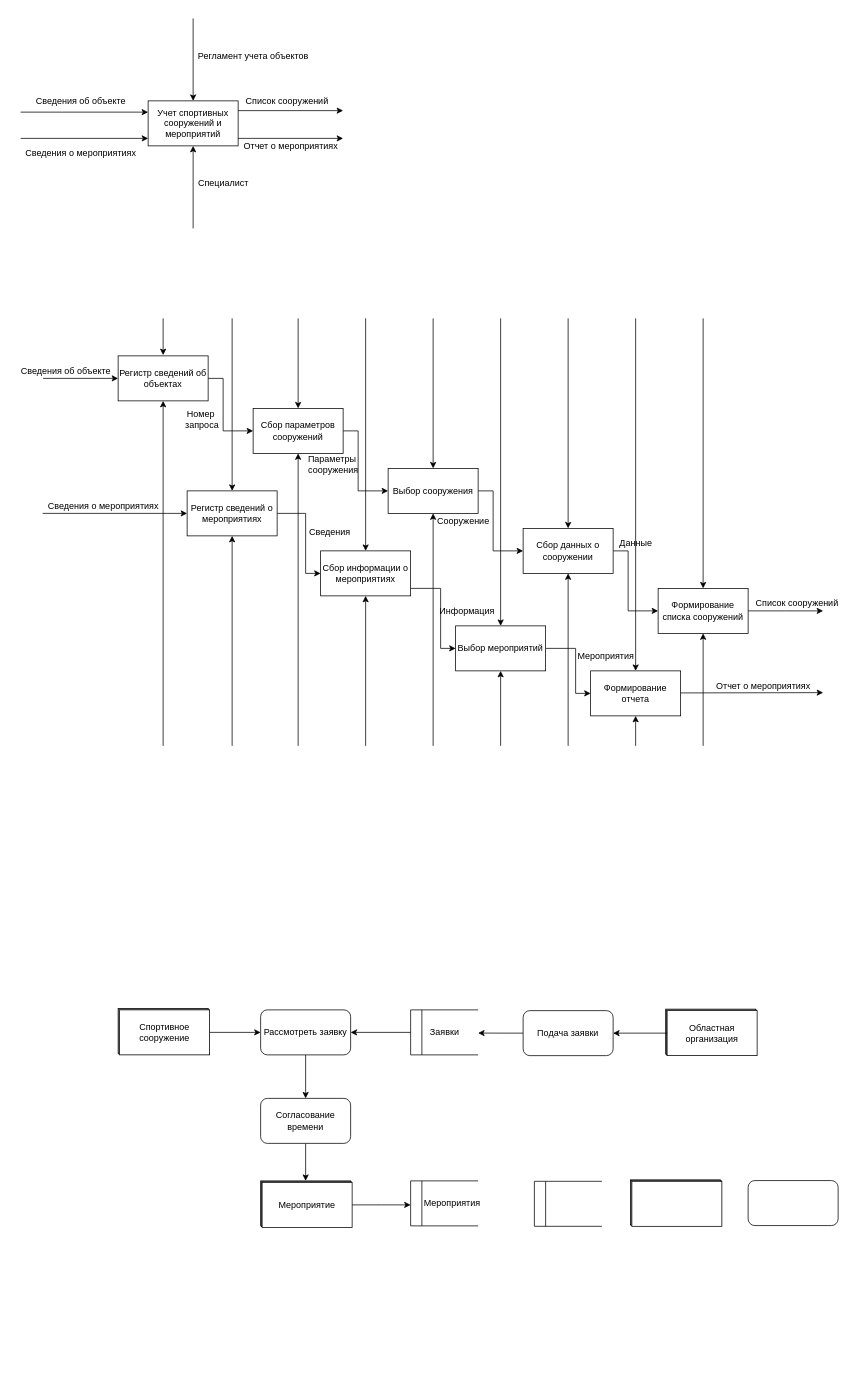
Before: Untitled Diagram.drawio in RGNGIT/DBStructCourse, a draw.io diagram. Source tidied: cells renumbered, new cells numbered last; positions are measured from the earlier drawing's top-left corner, leaving out a move shared by most shapes. Both pictures are drawn from the tidied source at 75%, with x=0, y=0 at pixel (13, 18).
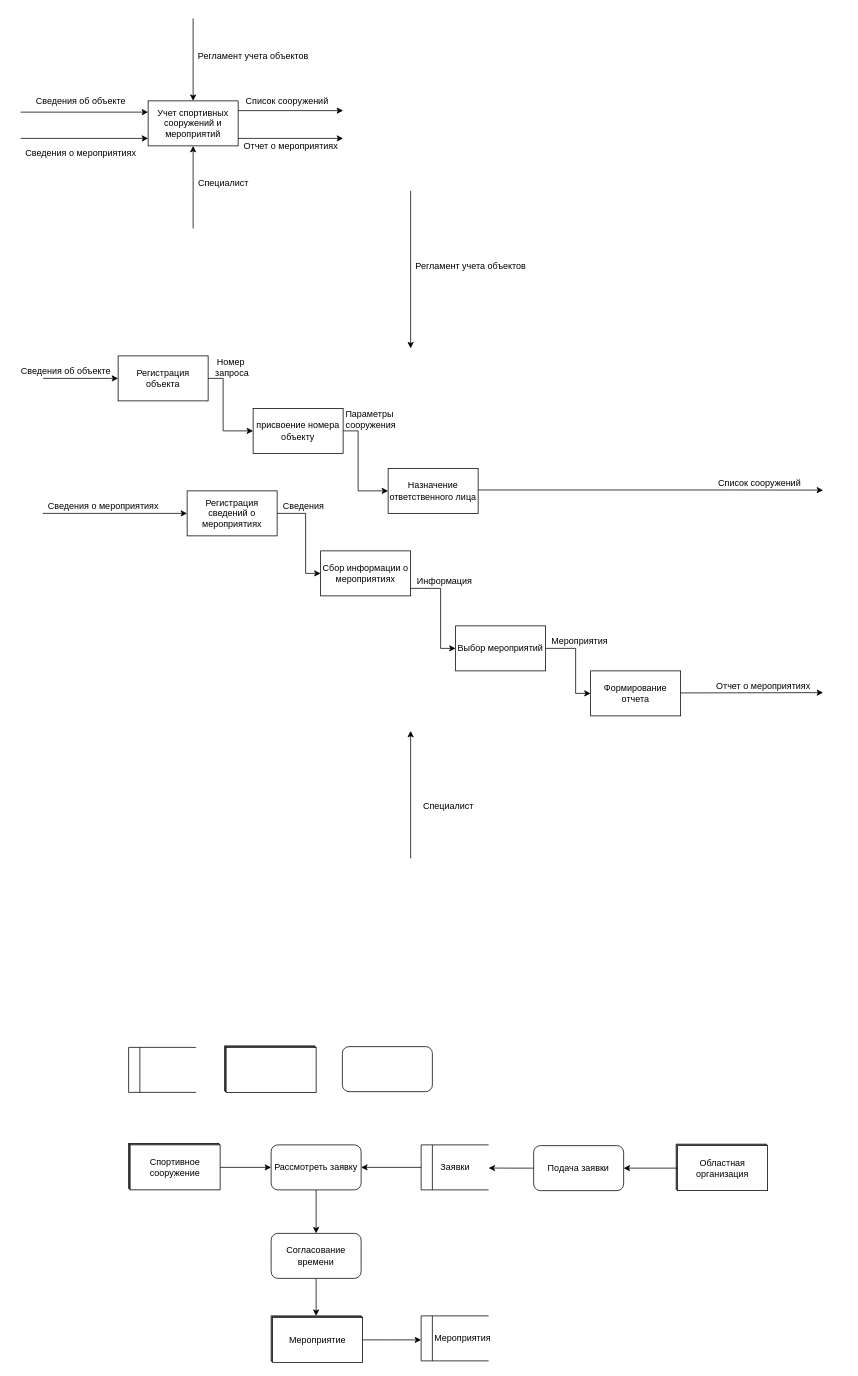
The same diagram, later.

Unchanged cells that the change refers to:
```xml
<mxCell id="56" value="Мероприятие" style="rounded=0;whiteSpace=wrap;html=1;" parent="53" vertex="1">
  <mxGeometry x="2" y="2" width="120" height="60" as="geometry" />
</mxCell>
<mxCell id="91" value="Сбор информации о мероприятиях" style="rounded=0;whiteSpace=wrap;html=1;" parent="1" vertex="1">
  <mxGeometry x="410" y="710" width="120" height="60" as="geometry" />
</mxCell>
<mxCell id="95" value="Выбор мероприятий" style="rounded=0;whiteSpace=wrap;html=1;" parent="1" vertex="1">
  <mxGeometry x="590" y="810" width="120" height="60" as="geometry" />
</mxCell>
<mxCell id="97" value="Формирование отчета" style="rounded=0;whiteSpace=wrap;html=1;" parent="1" vertex="1">
  <mxGeometry x="770" y="870" width="120" height="60" as="geometry" />
</mxCell>
```

Diff of the diagram source:
```diff
@@
-    <mxCell id="14" value="Регистр сведений об объектах" style="rounded=0;whiteSpace=wrap;html=1;" parent="1" vertex="1">
+    <mxCell id="14" value="Регистрация объекта" style="rounded=0;whiteSpace=wrap;html=1;" parent="1" vertex="1">
       <mxGeometry x="140" y="450" width="120" height="60" as="geometry" />
     </mxCell>
@@
-    <mxCell id="16" value="Сбор параметров сооружений" style="rounded=0;whiteSpace=wrap;html=1;" parent="1" vertex="1">
+    <mxCell id="16" value="присвоение номера объекту" style="rounded=0;whiteSpace=wrap;html=1;" parent="1" vertex="1">
       <mxGeometry x="320" y="520" width="120" height="60" as="geometry" />
     </mxCell>
     <mxCell id="17" value="Номер&lt;br&gt;&amp;nbsp;запроса" style="text;html=1;align=center;verticalAlign=middle;strokeColor=none;" parent="1" vertex="1">
-      <mxGeometry x="220" y="520" width="60" height="30" as="geometry" />
+      <mxGeometry x="260" y="450" width="60" height="30" as="geometry" />
     </mxCell>
-    <mxCell id="18" style="edgeStyle=orthogonalEdgeStyle;rounded=0;jettySize=auto;html=1;entryX=0;entryY=0.5;entryDx=0;entryDy=0;" parent="1" edge="1" source="19" target="22">
-      <mxGeometry relative="1" as="geometry">
-        <Array as="points">
-          <mxPoint x="640" y="630" />
-          <mxPoint x="640" y="710" />
-        </Array>
-      </mxGeometry>
-    </mxCell>
-    <mxCell id="19" value="Выбор сооружения" style="rounded=0;whiteSpace=wrap;html=1;" parent="1" vertex="1">
+    <mxCell id="19" value="Назначение ответственного лица" style="rounded=0;whiteSpace=wrap;html=1;" parent="1" vertex="1">
       <mxGeometry x="500" y="600" width="120" height="60" as="geometry" />
     </mxCell>
-    <mxCell id="20" value="Сооружение" style="text;html=1;align=center;verticalAlign=middle;strokeColor=none;" parent="1" vertex="1">
-      <mxGeometry x="560" y="660" width="80" height="20" as="geometry" />
-    </mxCell>
-    <mxCell id="21" style="edgeStyle=orthogonalEdgeStyle;rounded=0;jettySize=auto;html=1;entryX=0;entryY=0.5;entryDx=0;entryDy=0;" parent="1" edge="1" source="22" target="26">
-      <mxGeometry relative="1" as="geometry">
-        <Array as="points">
-          <mxPoint x="820" y="710" />
-          <mxPoint x="820" y="790" />
-        </Array>
-      </mxGeometry>
-    </mxCell>
-    <mxCell id="22" value="Сбор данных о сооружении" style="rounded=0;whiteSpace=wrap;html=1;" parent="1" vertex="1">
-      <mxGeometry x="680" y="680" width="120" height="60" as="geometry" />
-    </mxCell>
     <mxCell id="23" value="Параметры&lt;br&gt;&amp;nbsp;сооружения" style="text;html=1;align=center;verticalAlign=middle;strokeColor=none;" parent="1" vertex="1">
-      <mxGeometry x="380" y="580" width="90" height="30" as="geometry" />
+      <mxGeometry x="430" y="520" width="90" height="30" as="geometry" />
     </mxCell>
-    <mxCell id="24" value="Данные" style="text;html=1;align=center;verticalAlign=middle;strokeColor=none;" parent="1" vertex="1">
-      <mxGeometry x="800" y="690" width="60" height="20" as="geometry" />
-    </mxCell>
-    <mxCell id="25" style="edgeStyle=orthogonalEdgeStyle;rounded=0;jettySize=auto;html=1;exitX=1;exitY=0.5;exitDx=0;exitDy=0;" parent="1" edge="1" source="26">
+    <mxCell id="25" style="edgeStyle=orthogonalEdgeStyle;rounded=0;orthogonalLoop=1;jettySize=auto;html=1;exitX=1;exitY=0.5;exitDx=0;exitDy=0;" parent="1" edge="1">
       <mxGeometry relative="1" as="geometry">
-        <mxPoint x="1080" y="790" as="targetPoint" />
+        <mxPoint x="620" y="628.8" as="sourcePoint" />
+        <mxPoint x="1080" y="629" as="targetPoint" />
+        <Array as="points">
+          <mxPoint x="960" y="629" />
+          <mxPoint x="960" y="629" />
+        </Array>
       </mxGeometry>
     </mxCell>
-    <mxCell id="26" value="Формирование списка сооружений" style="rounded=0;whiteSpace=wrap;html=1;" parent="1" vertex="1">
-      <mxGeometry x="860" y="760" width="120" height="60" as="geometry" />
-    </mxCell>
     <mxCell id="27" value="Список сооружений" style="text;html=1;align=center;verticalAlign=middle;strokeColor=none;" parent="1" vertex="1">
-      <mxGeometry x="980" y="770" width="130" height="20" as="geometry" />
+      <mxGeometry x="930" y="610" width="130" height="20" as="geometry" />
     </mxCell>
-    <mxCell id="28" style="endArrow=classic;html=1;entryX=0.5;entryY=1;entryDx=0;entryDy=0;" parent="1" edge="1" target="14">
-      <mxGeometry relative="1" as="geometry">
-        <mxPoint x="200" y="970" as="sourcePoint" />
-      </mxGeometry>
-    </mxCell>
-    <mxCell id="29" style="endArrow=classic;html=1;entryX=0.5;entryY=1;entryDx=0;entryDy=0;" parent="1" edge="1" target="16">
-      <mxGeometry relative="1" as="geometry">
-        <mxPoint x="380" y="970" as="sourcePoint" />
-      </mxGeometry>
-    </mxCell>
-    <mxCell id="30" style="endArrow=classic;html=1;entryX=0.5;entryY=1;entryDx=0;entryDy=0;" parent="1" edge="1" target="19">
-      <mxGeometry relative="1" as="geometry">
-        <mxPoint x="560" y="970" as="sourcePoint" />
-      </mxGeometry>
-    </mxCell>
-    <mxCell id="31" style="endArrow=classic;html=1;entryX=0.5;entryY=1;entryDx=0;entryDy=0;" parent="1" edge="1" target="22">
-      <mxGeometry relative="1" as="geometry">
-        <mxPoint x="740" y="970" as="sourcePoint" />
-      </mxGeometry>
-    </mxCell>
-    <mxCell id="32" style="endArrow=classic;html=1;entryX=0.5;entryY=1;entryDx=0;entryDy=0;" parent="1" edge="1" target="26">
-      <mxGeometry relative="1" as="geometry">
-        <mxPoint x="920" y="970" as="sourcePoint" />
-      </mxGeometry>
-    </mxCell>
-    <mxCell id="33" style="endArrow=classic;html=1;entryX=0.5;entryY=0;entryDx=0;entryDy=0;" parent="1" edge="1" target="26">
-      <mxGeometry relative="1" as="geometry">
-        <mxPoint x="920" y="400" as="sourcePoint" />
-      </mxGeometry>
-    </mxCell>
-    <mxCell id="34" style="endArrow=classic;html=1;entryX=0.5;entryY=0;entryDx=0;entryDy=0;" parent="1" edge="1" target="22">
-      <mxGeometry relative="1" as="geometry">
-        <mxPoint x="740" y="400" as="sourcePoint" />
-      </mxGeometry>
-    </mxCell>
-    <mxCell id="35" style="endArrow=classic;html=1;entryX=0.5;entryY=0;entryDx=0;entryDy=0;" parent="1" edge="1" target="19">
-      <mxGeometry relative="1" as="geometry">
-        <mxPoint x="560" y="400" as="sourcePoint" />
-      </mxGeometry>
-    </mxCell>
-    <mxCell id="36" style="endArrow=classic;html=1;entryX=0.5;entryY=0;entryDx=0;entryDy=0;" parent="1" edge="1" target="16">
-      <mxGeometry relative="1" as="geometry">
-        <mxPoint x="380" y="400" as="sourcePoint" />
-      </mxGeometry>
-    </mxCell>
-    <mxCell id="37" style="endArrow=classic;html=1;" parent="1" edge="1">
-      <mxGeometry relative="1" as="geometry">
-        <mxPoint x="200" y="400" as="sourcePoint" />
-        <mxPoint x="200" y="449" as="targetPoint" />
-      </mxGeometry>
-    </mxCell>
     <mxCell id="38" style="edgeStyle=orthogonalEdgeStyle;rounded=0;jettySize=auto;html=1;exitX=0;exitY=0.5;exitDx=0;exitDy=0;" parent="1" edge="1" source="39">
       <mxGeometry relative="1" as="geometry">
-        <mxPoint x="620" y="1352.9" as="targetPoint" />
+        <mxPoint x="634" y="1532.9" as="targetPoint" />
       </mxGeometry>
     </mxCell>
     <mxCell id="39" value="Подача заявки" style="rounded=1;whiteSpace=wrap;html=1;" parent="1" vertex="1">
-      <mxGeometry x="680" y="1323" width="120" height="60" as="geometry" />
+      <mxGeometry x="694" y="1503" width="120" height="60" as="geometry" />
     </mxCell>
     <mxCell id="40" style="group;" parent="1" vertex="1">
-      <mxGeometry x="823" y="1548.6" width="122" height="62" as="geometry" />
+      <mxGeometry x="282" y="1370" width="122" height="62" as="geometry" />
     </mxCell>
@@
     <mxCell id="44" style="group;" parent="1" vertex="1">
-      <mxGeometry x="695" y="1550.6" width="90" height="60" as="geometry" />
+      <mxGeometry x="154" y="1372" width="90" height="60" as="geometry" />
     </mxCell>
@@
     <mxCell id="49" style="group;" parent="1" vertex="1">
-      <mxGeometry x="140" y="1320" width="122" height="62" as="geometry" />
+      <mxGeometry x="154" y="1500" width="122" height="62" as="geometry" />
     </mxCell>
@@
     <mxCell id="53" style="group;" parent="1" vertex="1">
-      <mxGeometry x="330" y="1550" width="122" height="62" as="geometry" />
+      <mxGeometry x="344" y="1730" width="122" height="62" as="geometry" />
     </mxCell>
@@
     <mxCell id="57" style="group;" parent="1" vertex="1">
-      <mxGeometry x="870" y="1321" width="122" height="62" as="geometry" />
+      <mxGeometry x="884" y="1501" width="122" height="62" as="geometry" />
     </mxCell>
@@
     <mxCell id="63" value="Рассмотреть заявку" style="rounded=1;whiteSpace=wrap;html=1;" parent="1" vertex="1">
-      <mxGeometry x="330" y="1322" width="120" height="60" as="geometry" />
+      <mxGeometry x="344" y="1502" width="120" height="60" as="geometry" />
     </mxCell>
     <mxCell id="64" style="group;" parent="1" vertex="1">
-      <mxGeometry x="530" y="1322" width="90" height="60" as="geometry" />
+      <mxGeometry x="544" y="1502" width="90" height="60" as="geometry" />
     </mxCell>
@@
     <mxCell id="71" style="endArrow=classic;html=1;entryX=1;entryY=0.5;entryDx=0;entryDy=0;" parent="1" edge="1" target="63">
       <mxGeometry relative="1" as="geometry">
-        <mxPoint x="530" y="1352" as="sourcePoint" />
+        <mxPoint x="544" y="1532" as="sourcePoint" />
       </mxGeometry>
     </mxCell>
@@
     <mxCell id="73" value="Согласование времени" style="rounded=1;whiteSpace=wrap;html=1;" parent="1" vertex="1">
-      <mxGeometry x="330" y="1440" width="120" height="60" as="geometry" />
+      <mxGeometry x="344" y="1620" width="120" height="60" as="geometry" />
     </mxCell>
     <mxCell id="74" style="group;" parent="1" vertex="1">
-      <mxGeometry x="530" y="1550" width="90" height="60" as="geometry" />
+      <mxGeometry x="544" y="1730" width="90" height="60" as="geometry" />
     </mxCell>
@@
     <mxCell id="80" style="edgeStyle=orthogonalEdgeStyle;rounded=0;jettySize=auto;html=1;" parent="1" edge="1" source="56">
       <mxGeometry relative="1" as="geometry">
-        <mxPoint x="530" y="1582" as="targetPoint" />
+        <mxPoint x="544" y="1762" as="targetPoint" />
       </mxGeometry>
     </mxCell>
     <mxCell id="81" style="rounded=1;whiteSpace=wrap;html=1;" parent="1" vertex="1">
-      <mxGeometry x="980" y="1549.6" width="120" height="60" as="geometry" />
+      <mxGeometry x="439" y="1371" width="120" height="60" as="geometry" />
     </mxCell>
@@
-    <mxCell id="87" value="Регистр сведений о мероприятиях" style="rounded=0;whiteSpace=wrap;html=1;" parent="1" vertex="1">
+    <mxCell id="87" value="Регистрация сведений о мероприятиях" style="rounded=0;whiteSpace=wrap;html=1;" parent="1" vertex="1">
       <mxGeometry x="232" y="630" width="120" height="60" as="geometry" />
     </mxCell>
@@
-    <mxCell id="92" style="endArrow=classic;html=1;entryX=0.5;entryY=1;entryDx=0;entryDy=0;" parent="1" edge="1" target="87">
-      <mxGeometry relative="1" as="geometry">
-        <mxPoint x="292" y="970" as="sourcePoint" />
-      </mxGeometry>
-    </mxCell>
-    <mxCell id="93" style="endArrow=classic;html=1;entryX=0.5;entryY=1;entryDx=0;entryDy=0;" parent="1" edge="1" target="91">
-      <mxGeometry relative="1" as="geometry">
-        <mxPoint x="470" y="970" as="sourcePoint" />
-      </mxGeometry>
-    </mxCell>
@@
-    <mxCell id="96" style="endArrow=classic;html=1;entryX=0.5;entryY=1;entryDx=0;entryDy=0;" parent="1" edge="1" target="95">
-      <mxGeometry relative="1" as="geometry">
-        <mxPoint x="650" y="970" as="sourcePoint" />
-      </mxGeometry>
-    </mxCell>
@@
-    <mxCell id="98" style="endArrow=classic;html=1;entryX=0.5;entryY=1;entryDx=0;entryDy=0;" parent="1" edge="1" target="97">
-      <mxGeometry relative="1" as="geometry">
-        <mxPoint x="830" y="970" as="sourcePoint" />
-      </mxGeometry>
-    </mxCell>
-    <mxCell id="99" style="endArrow=classic;html=1;entryX=0.5;entryY=0;entryDx=0;entryDy=0;" parent="1" edge="1" target="87">
-      <mxGeometry relative="1" as="geometry">
-        <mxPoint x="292" y="400" as="sourcePoint" />
-      </mxGeometry>
-    </mxCell>
-    <mxCell id="100" style="endArrow=classic;html=1;entryX=0.5;entryY=0;entryDx=0;entryDy=0;" parent="1" edge="1" target="91">
-      <mxGeometry relative="1" as="geometry">
-        <mxPoint x="470" y="400" as="sourcePoint" />
-      </mxGeometry>
-    </mxCell>
-    <mxCell id="101" style="endArrow=classic;html=1;entryX=0.5;entryY=0;entryDx=0;entryDy=0;" parent="1" edge="1" target="95">
-      <mxGeometry relative="1" as="geometry">
-        <mxPoint x="650" y="400" as="sourcePoint" />
-      </mxGeometry>
-    </mxCell>
-    <mxCell id="102" style="endArrow=classic;html=1;entryX=0.5;entryY=0;entryDx=0;entryDy=0;" parent="1" edge="1" target="97">
-      <mxGeometry relative="1" as="geometry">
-        <mxPoint x="830" y="400" as="sourcePoint" />
-      </mxGeometry>
-    </mxCell>
@@
     <mxCell id="105" value="Сведения" style="text;html=1;align=center;verticalAlign=middle;strokeColor=none;" parent="1" vertex="1">
-      <mxGeometry x="387" y="675" width="70" height="20" as="geometry" />
+      <mxGeometry x="352" y="640" width="70" height="20" as="geometry" />
     </mxCell>
     <mxCell id="106" value="Информация" style="text;html=1;align=center;verticalAlign=middle;strokeColor=none;" parent="1" vertex="1">
-      <mxGeometry x="560" y="780" width="90" height="20" as="geometry" />
+      <mxGeometry x="530" y="740" width="90" height="20" as="geometry" />
     </mxCell>
     <mxCell id="107" value="Мероприятия" style="text;html=1;align=center;verticalAlign=middle;strokeColor=none;" parent="1" vertex="1">
-      <mxGeometry x="745" y="840" width="90" height="20" as="geometry" />
+      <mxGeometry x="710" y="820" width="90" height="20" as="geometry" />
     </mxCell>
+    <mxCell id="108" style="endArrow=classic;html=1;" parent="1" edge="1">
+      <mxGeometry relative="1" as="geometry">
+        <mxPoint x="530" y="230" as="sourcePoint" />
+        <mxPoint x="530" y="440" as="targetPoint" />
+      </mxGeometry>
+    </mxCell>
+    <mxCell id="109" style="endArrow=classic;html=1;" parent="1" edge="1">
+      <mxGeometry relative="1" as="geometry">
+        <mxPoint x="530" y="1120" as="sourcePoint" />
+        <mxPoint x="530" y="950" as="targetPoint" />
+      </mxGeometry>
+    </mxCell>
+    <mxCell id="110" value="Регламент учета объектов" style="text;html=1;align=center;verticalAlign=middle;strokeColor=none;" parent="1" vertex="1">
+      <mxGeometry x="530" y="320" width="160" height="20" as="geometry" />
+    </mxCell>
+    <mxCell id="111" value="Специалист" style="text;html=1;align=center;verticalAlign=middle;strokeColor=none;" parent="1" vertex="1">
+      <mxGeometry x="540" y="1040" width="80" height="20" as="geometry" />
+    </mxCell>
```
